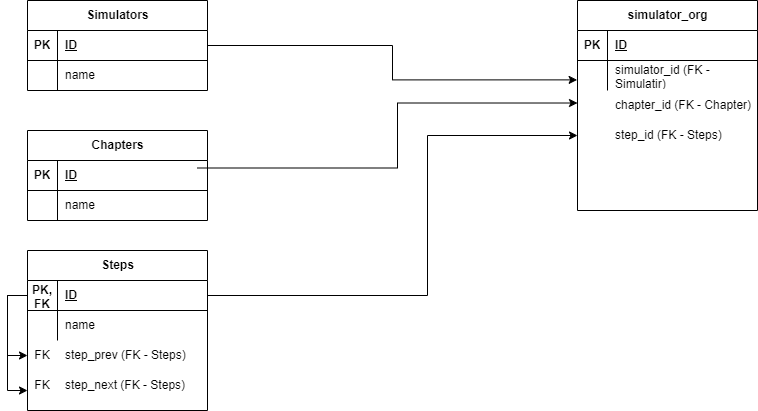
Earlier version of the draw.io export BD_Simulative.drawio.png (okksy4/SQL_simulative). Source tidied: cells renumbered, new cells last; positions are measured from the earlier drawing's top-left corner, leaving out a move shared by most shapes.
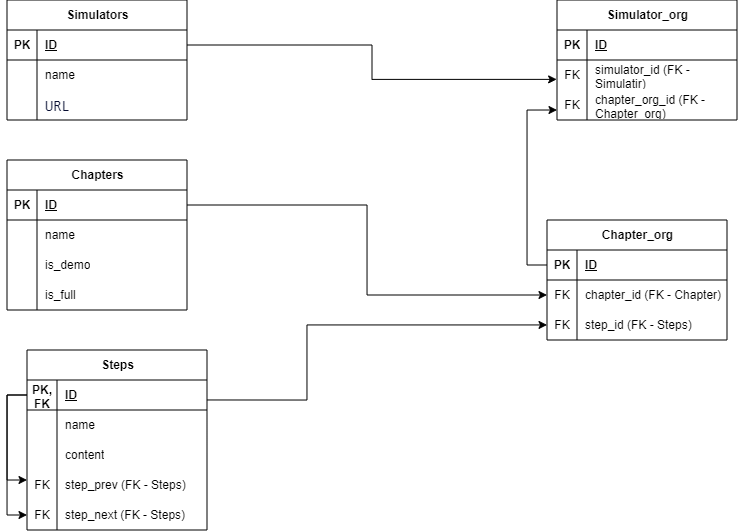
After the commit.

What changed in the source:
```diff
@@ -2,8 +2,11 @@
   <root>
     <mxCell id="0" />
     <mxCell id="1" parent="0" />
+    <mxCell id="47" style="edgeStyle=orthogonalEdgeStyle;rounded=0;jettySize=auto;html=1;entryX=0;entryY=0.5;entryDx=0;entryDy=0;" parent="1" edge="1" source="17" target="62">
+      <mxGeometry relative="1" as="geometry" />
+    </mxCell>
     <mxCell id="2" value="Simulators" style="shape=table;startSize=30;rowLines=0;fontStyle=1;align=center;html=1;" parent="1" vertex="1">
-      <mxGeometry x="20" width="180" height="90" as="geometry" />
+      <mxGeometry x="20" width="180" height="120" as="geometry" />
     </mxCell>
     <mxCell id="3" style="shape=tableRow;horizontal=0;startSize=0;swimlaneHead=0;swimlaneBody=0;fillColor=none;points=[[0,0.5],[1,0.5]];portConstraint=eastwest;top=0;left=0;right=0;bottom=1;" parent="2" vertex="1">
       <mxGeometry y="30" width="180" height="30" as="geometry" />
@@ -23,8 +26,17 @@
     <mxCell id="8" value="name" style="shape=partialRectangle;fillColor=none;top=0;left=0;bottom=0;right=0;align=left;spacingLeft=6;overflow=hidden;whiteSpace=wrap;html=1;" parent="6" vertex="1">
       <mxGeometry x="30" width="150" height="30" as="geometry" />
     </mxCell>
+    <mxCell id="48" style="shape=tableRow;horizontal=0;startSize=0;swimlaneHead=0;swimlaneBody=0;fillColor=none;top=0;left=0;right=0;bottom=0;" parent="2" vertex="1">
+      <mxGeometry y="90" width="180" height="30" as="geometry" />
+    </mxCell>
+    <mxCell id="49" style="shape=partialRectangle;fillColor=none;top=0;left=0;bottom=0;right=0;overflow=hidden;whiteSpace=wrap;html=1;" parent="48" vertex="1">
+      <mxGeometry width="30" height="30" as="geometry" />
+    </mxCell>
+    <mxCell id="50" value="&lt;span style=&quot;color: rgb(6, 13, 49); font-family: &amp;quot;Fira Code&amp;quot;, monospace; font-size: 15px; white-space-collapse: preserve; background-color: rgb(255, 255, 255);&quot;&gt;URL&lt;/span&gt;" style="shape=partialRectangle;fillColor=none;top=0;left=0;bottom=0;right=0;align=left;spacingLeft=6;overflow=hidden;whiteSpace=wrap;html=1;" parent="48" vertex="1">
+      <mxGeometry x="30" width="150" height="30" as="geometry" />
+    </mxCell>
     <mxCell id="9" value="Chapters" style="shape=table;startSize=30;rowLines=0;fontStyle=1;align=center;html=1;" parent="1" vertex="1">
-      <mxGeometry x="20" y="130" width="180" height="90" as="geometry" />
+      <mxGeometry x="20" y="160" width="180" height="150" as="geometry" />
     </mxCell>
     <mxCell id="10" style="shape=tableRow;horizontal=0;startSize=0;swimlaneHead=0;swimlaneBody=0;fillColor=none;points=[[0,0.5],[1,0.5]];portConstraint=eastwest;top=0;left=0;right=0;bottom=1;" parent="9" vertex="1">
       <mxGeometry y="30" width="180" height="30" as="geometry" />
@@ -44,8 +56,26 @@
     <mxCell id="15" value="name" style="shape=partialRectangle;fillColor=none;top=0;left=0;bottom=0;right=0;align=left;spacingLeft=6;overflow=hidden;whiteSpace=wrap;html=1;" parent="13" vertex="1">
       <mxGeometry x="30" width="150" height="30" as="geometry" />
     </mxCell>
+    <mxCell id="51" style="shape=tableRow;horizontal=0;startSize=0;swimlaneHead=0;swimlaneBody=0;fillColor=none;top=0;left=0;right=0;bottom=0;" parent="9" vertex="1">
+      <mxGeometry y="90" width="180" height="30" as="geometry" />
+    </mxCell>
+    <mxCell id="52" style="shape=partialRectangle;fillColor=none;top=0;left=0;bottom=0;right=0;overflow=hidden;whiteSpace=wrap;html=1;" parent="51" vertex="1">
+      <mxGeometry width="30" height="30" as="geometry" />
+    </mxCell>
+    <mxCell id="53" value="is_demo" style="shape=partialRectangle;fillColor=none;top=0;left=0;bottom=0;right=0;align=left;spacingLeft=6;overflow=hidden;whiteSpace=wrap;html=1;" parent="51" vertex="1">
+      <mxGeometry x="30" width="150" height="30" as="geometry" />
+    </mxCell>
+    <mxCell id="54" style="shape=tableRow;horizontal=0;startSize=0;swimlaneHead=0;swimlaneBody=0;fillColor=none;top=0;left=0;right=0;bottom=0;" parent="9" vertex="1">
+      <mxGeometry y="120" width="180" height="30" as="geometry" />
+    </mxCell>
+    <mxCell id="55" style="shape=partialRectangle;fillColor=none;top=0;left=0;bottom=0;right=0;overflow=hidden;whiteSpace=wrap;html=1;" parent="54" vertex="1">
+      <mxGeometry width="30" height="30" as="geometry" />
+    </mxCell>
+    <mxCell id="56" value="is_full" style="shape=partialRectangle;fillColor=none;top=0;left=0;bottom=0;right=0;align=left;spacingLeft=6;overflow=hidden;whiteSpace=wrap;html=1;" parent="54" vertex="1">
+      <mxGeometry x="30" width="150" height="30" as="geometry" />
+    </mxCell>
     <mxCell id="16" value="Steps" style="shape=table;startSize=30;rowLines=0;fontStyle=1;align=center;html=1;" parent="1" vertex="1">
-      <mxGeometry x="20" y="250" width="180" height="160" as="geometry" />
+      <mxGeometry x="40" y="350" width="180" height="180" as="geometry" />
     </mxCell>
     <mxCell id="17" style="shape=tableRow;horizontal=0;startSize=0;swimlaneHead=0;swimlaneBody=0;fillColor=none;points=[[0,0.5],[1,0.5]];portConstraint=eastwest;top=0;left=0;right=0;bottom=1;" parent="16" vertex="1">
       <mxGeometry y="30" width="180" height="30" as="geometry" />
@@ -65,8 +95,38 @@
     <mxCell id="22" value="name" style="shape=partialRectangle;fillColor=none;top=0;left=0;bottom=0;right=0;align=left;spacingLeft=6;overflow=hidden;whiteSpace=wrap;html=1;" parent="20" vertex="1">
       <mxGeometry x="30" width="150" height="30" as="geometry" />
     </mxCell>
+    <mxCell id="57" style="shape=tableRow;horizontal=0;startSize=0;swimlaneHead=0;swimlaneBody=0;fillColor=none;top=0;left=0;right=0;bottom=0;" parent="16" vertex="1">
+      <mxGeometry y="90" width="180" height="30" as="geometry" />
+    </mxCell>
+    <mxCell id="58" style="shape=partialRectangle;fillColor=none;top=0;left=0;bottom=0;right=0;overflow=hidden;whiteSpace=wrap;html=1;" parent="57" vertex="1">
+      <mxGeometry width="30" height="30" as="geometry" />
+    </mxCell>
+    <mxCell id="59" value="content" style="shape=partialRectangle;fillColor=none;top=0;left=0;bottom=0;right=0;align=left;spacingLeft=6;overflow=hidden;whiteSpace=wrap;html=1;" parent="57" vertex="1">
+      <mxGeometry x="30" width="150" height="30" as="geometry" />
+    </mxCell>
+    <mxCell id="60" style="shape=tableRow;horizontal=0;startSize=0;swimlaneHead=0;swimlaneBody=0;fillColor=none;points=[[0,0.5],[1,0.5]];portConstraint=eastwest;top=0;left=0;right=0;bottom=0;" parent="16" vertex="1">
+      <mxGeometry y="120" width="180" height="30" as="geometry" />
+    </mxCell>
+    <mxCell id="61" value="FK" style="shape=partialRectangle;fillColor=none;top=0;left=0;bottom=0;right=0;overflow=hidden;whiteSpace=wrap;html=1;" parent="60" vertex="1">
+      <mxGeometry width="30" height="30" as="geometry" />
+    </mxCell>
+    <mxCell id="38" value="step_prev (FK - Steps)" style="shape=partialRectangle;fillColor=none;top=0;left=0;bottom=0;right=0;align=left;spacingLeft=6;overflow=hidden;whiteSpace=wrap;html=1;" parent="60" vertex="1">
+      <mxGeometry x="30" width="150" height="30" as="geometry" />
+    </mxCell>
+    <mxCell id="62" style="shape=tableRow;horizontal=0;startSize=0;swimlaneHead=0;swimlaneBody=0;fillColor=none;points=[[0,0.5],[1,0.5]];portConstraint=eastwest;top=0;left=0;right=0;bottom=0;" parent="16" vertex="1">
+      <mxGeometry y="150" width="180" height="30" as="geometry" />
+    </mxCell>
+    <mxCell id="63" value="FK" style="shape=partialRectangle;fillColor=none;top=0;left=0;bottom=0;right=0;overflow=hidden;whiteSpace=wrap;html=1;" parent="62" vertex="1">
+      <mxGeometry width="30" height="30" as="geometry" />
+    </mxCell>
+    <mxCell id="41" value="step_next (FK - Steps)" style="shape=partialRectangle;fillColor=none;top=0;left=0;bottom=0;right=0;align=left;spacingLeft=6;overflow=hidden;whiteSpace=wrap;html=1;" parent="62" vertex="1">
+      <mxGeometry x="30" width="150" height="30" as="geometry" />
+    </mxCell>
+    <mxCell id="64" style="edgeStyle=orthogonalEdgeStyle;rounded=0;jettySize=auto;html=1;entryX=0;entryY=0.333;entryDx=0;entryDy=0;entryPerimeter=0;" parent="16" edge="1" source="17" target="60">
+      <mxGeometry relative="1" as="geometry" />
+    </mxCell>
-    <mxCell id="23" value="simulator_org" style="shape=table;startSize=30;rowLines=0;fontStyle=1;align=center;html=1;" parent="1" vertex="1">
-      <mxGeometry x="570" width="180" height="210" as="geometry" />
+    <mxCell id="23" value="Simulator_org" style="shape=table;startSize=30;rowLines=0;fontStyle=1;align=center;html=1;" parent="1" vertex="1">
+      <mxGeometry x="570" width="180" height="120" as="geometry" />
     </mxCell>
     <mxCell id="24" style="shape=tableRow;horizontal=0;startSize=0;swimlaneHead=0;swimlaneBody=0;fillColor=none;top=0;left=0;right=0;bottom=1;" parent="23" vertex="1">
       <mxGeometry y="30" width="180" height="30" as="geometry" />
@@ -80,79 +140,79 @@
     <mxCell id="27" style="shape=tableRow;horizontal=0;startSize=0;swimlaneHead=0;swimlaneBody=0;fillColor=none;points=[[0,0.5],[1,0.5]];portConstraint=eastwest;top=0;left=0;right=0;bottom=0;" parent="23" vertex="1">
       <mxGeometry y="60" width="180" height="30" as="geometry" />
     </mxCell>
-    <mxCell id="28" style="shape=partialRectangle;fillColor=none;top=0;left=0;bottom=0;right=0;overflow=hidden;whiteSpace=wrap;html=1;" parent="27" vertex="1">
+    <mxCell id="28" value="FK" style="shape=partialRectangle;fillColor=none;top=0;left=0;bottom=0;right=0;overflow=hidden;whiteSpace=wrap;html=1;" parent="27" vertex="1">
       <mxGeometry width="30" height="30" as="geometry" />
     </mxCell>
     <mxCell id="29" value="simulator_id (FK - Simulatir)" style="shape=partialRectangle;fillColor=none;top=0;left=0;bottom=0;right=0;align=left;spacingLeft=6;overflow=hidden;whiteSpace=wrap;html=1;" parent="27" vertex="1">
       <mxGeometry x="30" width="150" height="30" as="geometry" />
     </mxCell>
+    <mxCell id="65" style="shape=tableRow;horizontal=0;startSize=0;swimlaneHead=0;swimlaneBody=0;fillColor=none;top=0;left=0;right=0;bottom=0;" parent="23" vertex="1">
+      <mxGeometry y="90" width="180" height="30" as="geometry" />
+    </mxCell>
+    <mxCell id="66" style="shape=partialRectangle;fillColor=none;top=0;left=0;bottom=0;right=0;overflow=hidden;whiteSpace=wrap;html=1;" parent="65" vertex="1">
+      <mxGeometry width="30" height="30" as="geometry" />
+    </mxCell>
+    <mxCell id="67" value="chapter_org_id (FK - Chapter_org)" style="shape=partialRectangle;fillColor=none;top=0;left=0;bottom=0;right=0;align=left;spacingLeft=6;overflow=hidden;whiteSpace=wrap;html=1;" parent="65" vertex="1">
+      <mxGeometry x="30" width="150" height="30" as="geometry" />
+    </mxCell>
     <mxCell id="30" style="shape=tableRow;horizontal=0;startSize=0;swimlaneHead=0;swimlaneBody=0;fillColor=none;points=[[0,0.5],[1,0.5]];portConstraint=eastwest;top=0;left=0;right=0;bottom=0;" parent="1" vertex="1">
       <mxGeometry x="570" y="90" width="180" height="30" as="geometry" />
     </mxCell>
-    <mxCell id="31" style="shape=partialRectangle;fillColor=none;top=0;left=0;bottom=0;right=0;overflow=hidden;whiteSpace=wrap;html=1;" parent="30" vertex="1">
+    <mxCell id="31" value="FK" style="shape=partialRectangle;fillColor=none;top=0;left=0;bottom=0;right=0;overflow=hidden;whiteSpace=wrap;html=1;" parent="30" vertex="1">
       <mxGeometry width="30" height="30" as="geometry" />
     </mxCell>
+    <mxCell id="39" style="shape=tableRow;horizontal=0;startSize=0;swimlaneHead=0;swimlaneBody=0;fillColor=none;points=[[0,0.5],[1,0.5]];portConstraint=eastwest;top=0;left=0;right=0;bottom=0;fontStyle=1;" parent="1" vertex="1">
+      <mxGeometry x="20" y="370" width="180" height="30" as="geometry" />
+    </mxCell>
+    <mxCell id="44" style="edgeStyle=orthogonalEdgeStyle;rounded=0;jettySize=auto;html=1;entryX=-0.002;entryY=0.646;entryDx=0;entryDy=0;entryPerimeter=0;" parent="1" edge="1" source="3" target="27">
+      <mxGeometry relative="1" as="geometry" />
+    </mxCell>
+    <mxCell id="46" style="edgeStyle=orthogonalEdgeStyle;rounded=0;orthogonalLoop=1;jettySize=auto;html=1;" parent="1" edge="1">
+      <mxGeometry relative="1" as="geometry">
+        <mxPoint x="220" y="400" as="sourcePoint" />
+        <mxPoint x="560" y="325" as="targetPoint" />
+        <Array as="points">
+          <mxPoint x="320" y="400" />
+          <mxPoint x="320" y="325" />
+          <mxPoint x="560" y="325" />
+        </Array>
+      </mxGeometry>
+    </mxCell>
+    <mxCell id="68" value="Chapter_org" style="shape=table;startSize=30;rowLines=0;fontStyle=1;align=center;html=1;" parent="1" vertex="1">
+      <mxGeometry x="560" y="220" width="180" height="120" as="geometry" />
+    </mxCell>
+    <mxCell id="69" style="shape=tableRow;horizontal=0;startSize=0;swimlaneHead=0;swimlaneBody=0;fillColor=none;points=[[0,0.5],[1,0.5]];portConstraint=eastwest;top=0;left=0;right=0;bottom=1;" parent="68" vertex="1">
+      <mxGeometry y="30" width="180" height="30" as="geometry" />
+    </mxCell>
+    <mxCell id="70" value="PK" style="shape=partialRectangle;fillColor=none;top=0;left=0;bottom=0;right=0;fontStyle=1;overflow=hidden;whiteSpace=wrap;html=1;" parent="69" vertex="1">
+      <mxGeometry width="30" height="30" as="geometry" />
+    </mxCell>
+    <mxCell id="71" value="ID" style="shape=partialRectangle;fillColor=none;top=0;left=0;bottom=0;right=0;align=left;spacingLeft=6;fontStyle=5;overflow=hidden;whiteSpace=wrap;html=1;" parent="69" vertex="1">
+      <mxGeometry x="30" width="150" height="30" as="geometry" />
+    </mxCell>
+    <mxCell id="72" style="shape=tableRow;horizontal=0;startSize=0;swimlaneHead=0;swimlaneBody=0;fillColor=none;points=[[0,0.5],[1,0.5]];portConstraint=eastwest;top=0;left=0;right=0;bottom=0;" parent="68" vertex="1">
+      <mxGeometry y="60" width="180" height="30" as="geometry" />
+    </mxCell>
+    <mxCell id="73" value="FK" style="shape=partialRectangle;fillColor=none;top=0;left=0;bottom=0;right=0;overflow=hidden;whiteSpace=wrap;html=1;" parent="72" vertex="1">
+      <mxGeometry width="30" height="30" as="geometry" />
+    </mxCell>
-    <mxCell id="32" value="chapter_id (FK - Chapter)" style="shape=partialRectangle;fillColor=none;top=0;left=0;bottom=0;right=0;align=left;spacingLeft=6;overflow=hidden;whiteSpace=wrap;html=1;" parent="30" vertex="1">
+    <mxCell id="32" value="chapter_id (FK - Chapter)" style="shape=partialRectangle;fillColor=none;top=0;left=0;bottom=0;right=0;align=left;spacingLeft=6;overflow=hidden;whiteSpace=wrap;html=1;" parent="72" vertex="1">
       <mxGeometry x="30" width="150" height="30" as="geometry" />
     </mxCell>
-    <mxCell id="33" style="shape=tableRow;horizontal=0;startSize=0;swimlaneHead=0;swimlaneBody=0;fillColor=none;points=[[0,0.5],[1,0.5]];portConstraint=eastwest;top=0;left=0;right=0;bottom=0;" parent="1" vertex="1">
-      <mxGeometry x="570" y="120" width="180" height="30" as="geometry" />
-    </mxCell>
-    <mxCell id="34" style="shape=partialRectangle;fillColor=none;top=0;left=0;bottom=0;right=0;overflow=hidden;whiteSpace=wrap;html=1;" parent="33" vertex="1">
-      <mxGeometry width="30" height="30" as="geometry" />
-    </mxCell>
+    <mxCell id="74" style="shape=tableRow;horizontal=0;startSize=0;swimlaneHead=0;swimlaneBody=0;fillColor=none;top=0;left=0;right=0;bottom=0;" parent="68" vertex="1">
+      <mxGeometry y="90" width="180" height="30" as="geometry" />
+    </mxCell>
+    <mxCell id="75" value="FK" style="shape=partialRectangle;fillColor=none;top=0;left=0;bottom=0;right=0;overflow=hidden;whiteSpace=wrap;html=1;" parent="74" vertex="1">
+      <mxGeometry width="30" height="30" as="geometry" />
+    </mxCell>
-    <mxCell id="35" value="step_id (FK - Steps)" style="shape=partialRectangle;fillColor=none;top=0;left=0;bottom=0;right=0;align=left;spacingLeft=6;overflow=hidden;whiteSpace=wrap;html=1;" parent="33" vertex="1">
+    <mxCell id="35" value="step_id (FK - Steps)" style="shape=partialRectangle;fillColor=none;top=0;left=0;bottom=0;right=0;align=left;spacingLeft=6;overflow=hidden;whiteSpace=wrap;html=1;" parent="74" vertex="1">
       <mxGeometry x="30" width="150" height="30" as="geometry" />
     </mxCell>
-    <mxCell id="36" style="shape=tableRow;horizontal=0;startSize=0;swimlaneHead=0;swimlaneBody=0;fillColor=none;points=[[0,0.5],[1,0.5]];portConstraint=eastwest;top=0;left=0;right=0;bottom=0;fontStyle=1;" parent="1" vertex="1">
-      <mxGeometry x="20" y="340" width="180" height="30" as="geometry" />
-    </mxCell>
-    <mxCell id="37" value="FK" style="shape=partialRectangle;fillColor=none;top=0;left=0;bottom=0;right=0;overflow=hidden;whiteSpace=wrap;html=1;" parent="36" vertex="1">
-      <mxGeometry width="30" height="30" as="geometry" />
-    </mxCell>
-    <mxCell id="38" value="step_prev (FK - Steps)" style="shape=partialRectangle;fillColor=none;top=0;left=0;bottom=0;right=0;align=left;spacingLeft=6;overflow=hidden;whiteSpace=wrap;html=1;" parent="36" vertex="1">
-      <mxGeometry x="30" width="150" height="30" as="geometry" />
-    </mxCell>
-    <mxCell id="39" style="shape=tableRow;horizontal=0;startSize=0;swimlaneHead=0;swimlaneBody=0;fillColor=none;points=[[0,0.5],[1,0.5]];portConstraint=eastwest;top=0;left=0;right=0;bottom=0;fontStyle=1;" parent="1" vertex="1">
-      <mxGeometry x="20" y="370" width="180" height="30" as="geometry" />
-    </mxCell>
-    <mxCell id="40" value="FK" style="shape=partialRectangle;fillColor=none;top=0;left=0;bottom=0;right=0;overflow=hidden;whiteSpace=wrap;html=1;" parent="39" vertex="1">
-      <mxGeometry width="30" height="30" as="geometry" />
-    </mxCell>
-    <mxCell id="41" value="step_next (FK - Steps)" style="shape=partialRectangle;fillColor=none;top=0;left=0;bottom=0;right=0;align=left;spacingLeft=6;overflow=hidden;whiteSpace=wrap;html=1;" parent="39" vertex="1">
-      <mxGeometry x="30" width="150" height="30" as="geometry" />
-    </mxCell>
-    <mxCell id="42" style="edgeStyle=orthogonalEdgeStyle;rounded=0;jettySize=auto;html=1;entryX=0;entryY=0.5;entryDx=0;entryDy=0;" parent="1" edge="1" source="17" target="36">
-      <mxGeometry relative="1" as="geometry">
-        <Array as="points">
-          <mxPoint y="295" />
-          <mxPoint y="355" />
-        </Array>
-      </mxGeometry>
-    </mxCell>
-    <mxCell id="43" style="edgeStyle=orthogonalEdgeStyle;rounded=0;jettySize=auto;html=1;entryX=0;entryY=0.667;entryDx=0;entryDy=0;entryPerimeter=0;" parent="1" edge="1" source="17" target="39">
-      <mxGeometry relative="1" as="geometry" />
-    </mxCell>
-    <mxCell id="44" style="edgeStyle=orthogonalEdgeStyle;rounded=0;jettySize=auto;html=1;entryX=-0.002;entryY=0.646;entryDx=0;entryDy=0;entryPerimeter=0;" parent="1" edge="1" source="3" target="27">
-      <mxGeometry relative="1" as="geometry" />
-    </mxCell>
-    <mxCell id="45" style="edgeStyle=orthogonalEdgeStyle;rounded=0;orthogonalLoop=1;jettySize=auto;html=1;entryX=0.056;entryY=0.667;entryDx=0;entryDy=0;entryPerimeter=0;" parent="1" edge="1">
-      <mxGeometry relative="1" as="geometry">
-        <mxPoint x="189.9" y="167.5" as="sourcePoint" />
-        <mxPoint x="570" y="102.5" as="targetPoint" />
-        <Array as="points">
-          <mxPoint x="390" y="168" />
-          <mxPoint x="390" y="102" />
-        </Array>
-      </mxGeometry>
-    </mxCell>
-    <mxCell id="46" style="edgeStyle=orthogonalEdgeStyle;rounded=0;jettySize=auto;html=1;entryX=0;entryY=0.5;entryDx=0;entryDy=0;" parent="1" edge="1" source="17" target="33">
-      <mxGeometry relative="1" as="geometry">
-        <Array as="points">
-          <mxPoint x="420" y="295" />
-          <mxPoint x="420" y="135" />
-        </Array>
-      </mxGeometry>
-    </mxCell>
+    <mxCell id="76" style="edgeStyle=orthogonalEdgeStyle;rounded=0;jettySize=auto;html=1;entryX=0;entryY=0.667;entryDx=0;entryDy=0;entryPerimeter=0;exitX=0;exitY=0.5;exitDx=0;exitDy=0;" parent="1" edge="1" source="69" target="30">
+      <mxGeometry relative="1" as="geometry" />
+    </mxCell>
+    <mxCell id="77" style="edgeStyle=orthogonalEdgeStyle;rounded=0;jettySize=auto;html=1;entryX=0;entryY=0.5;entryDx=0;entryDy=0;" parent="1" edge="1" source="10" target="72">
+      <mxGeometry relative="1" as="geometry" />
+    </mxCell>
   </root>
 </mxGraphModel>
```
